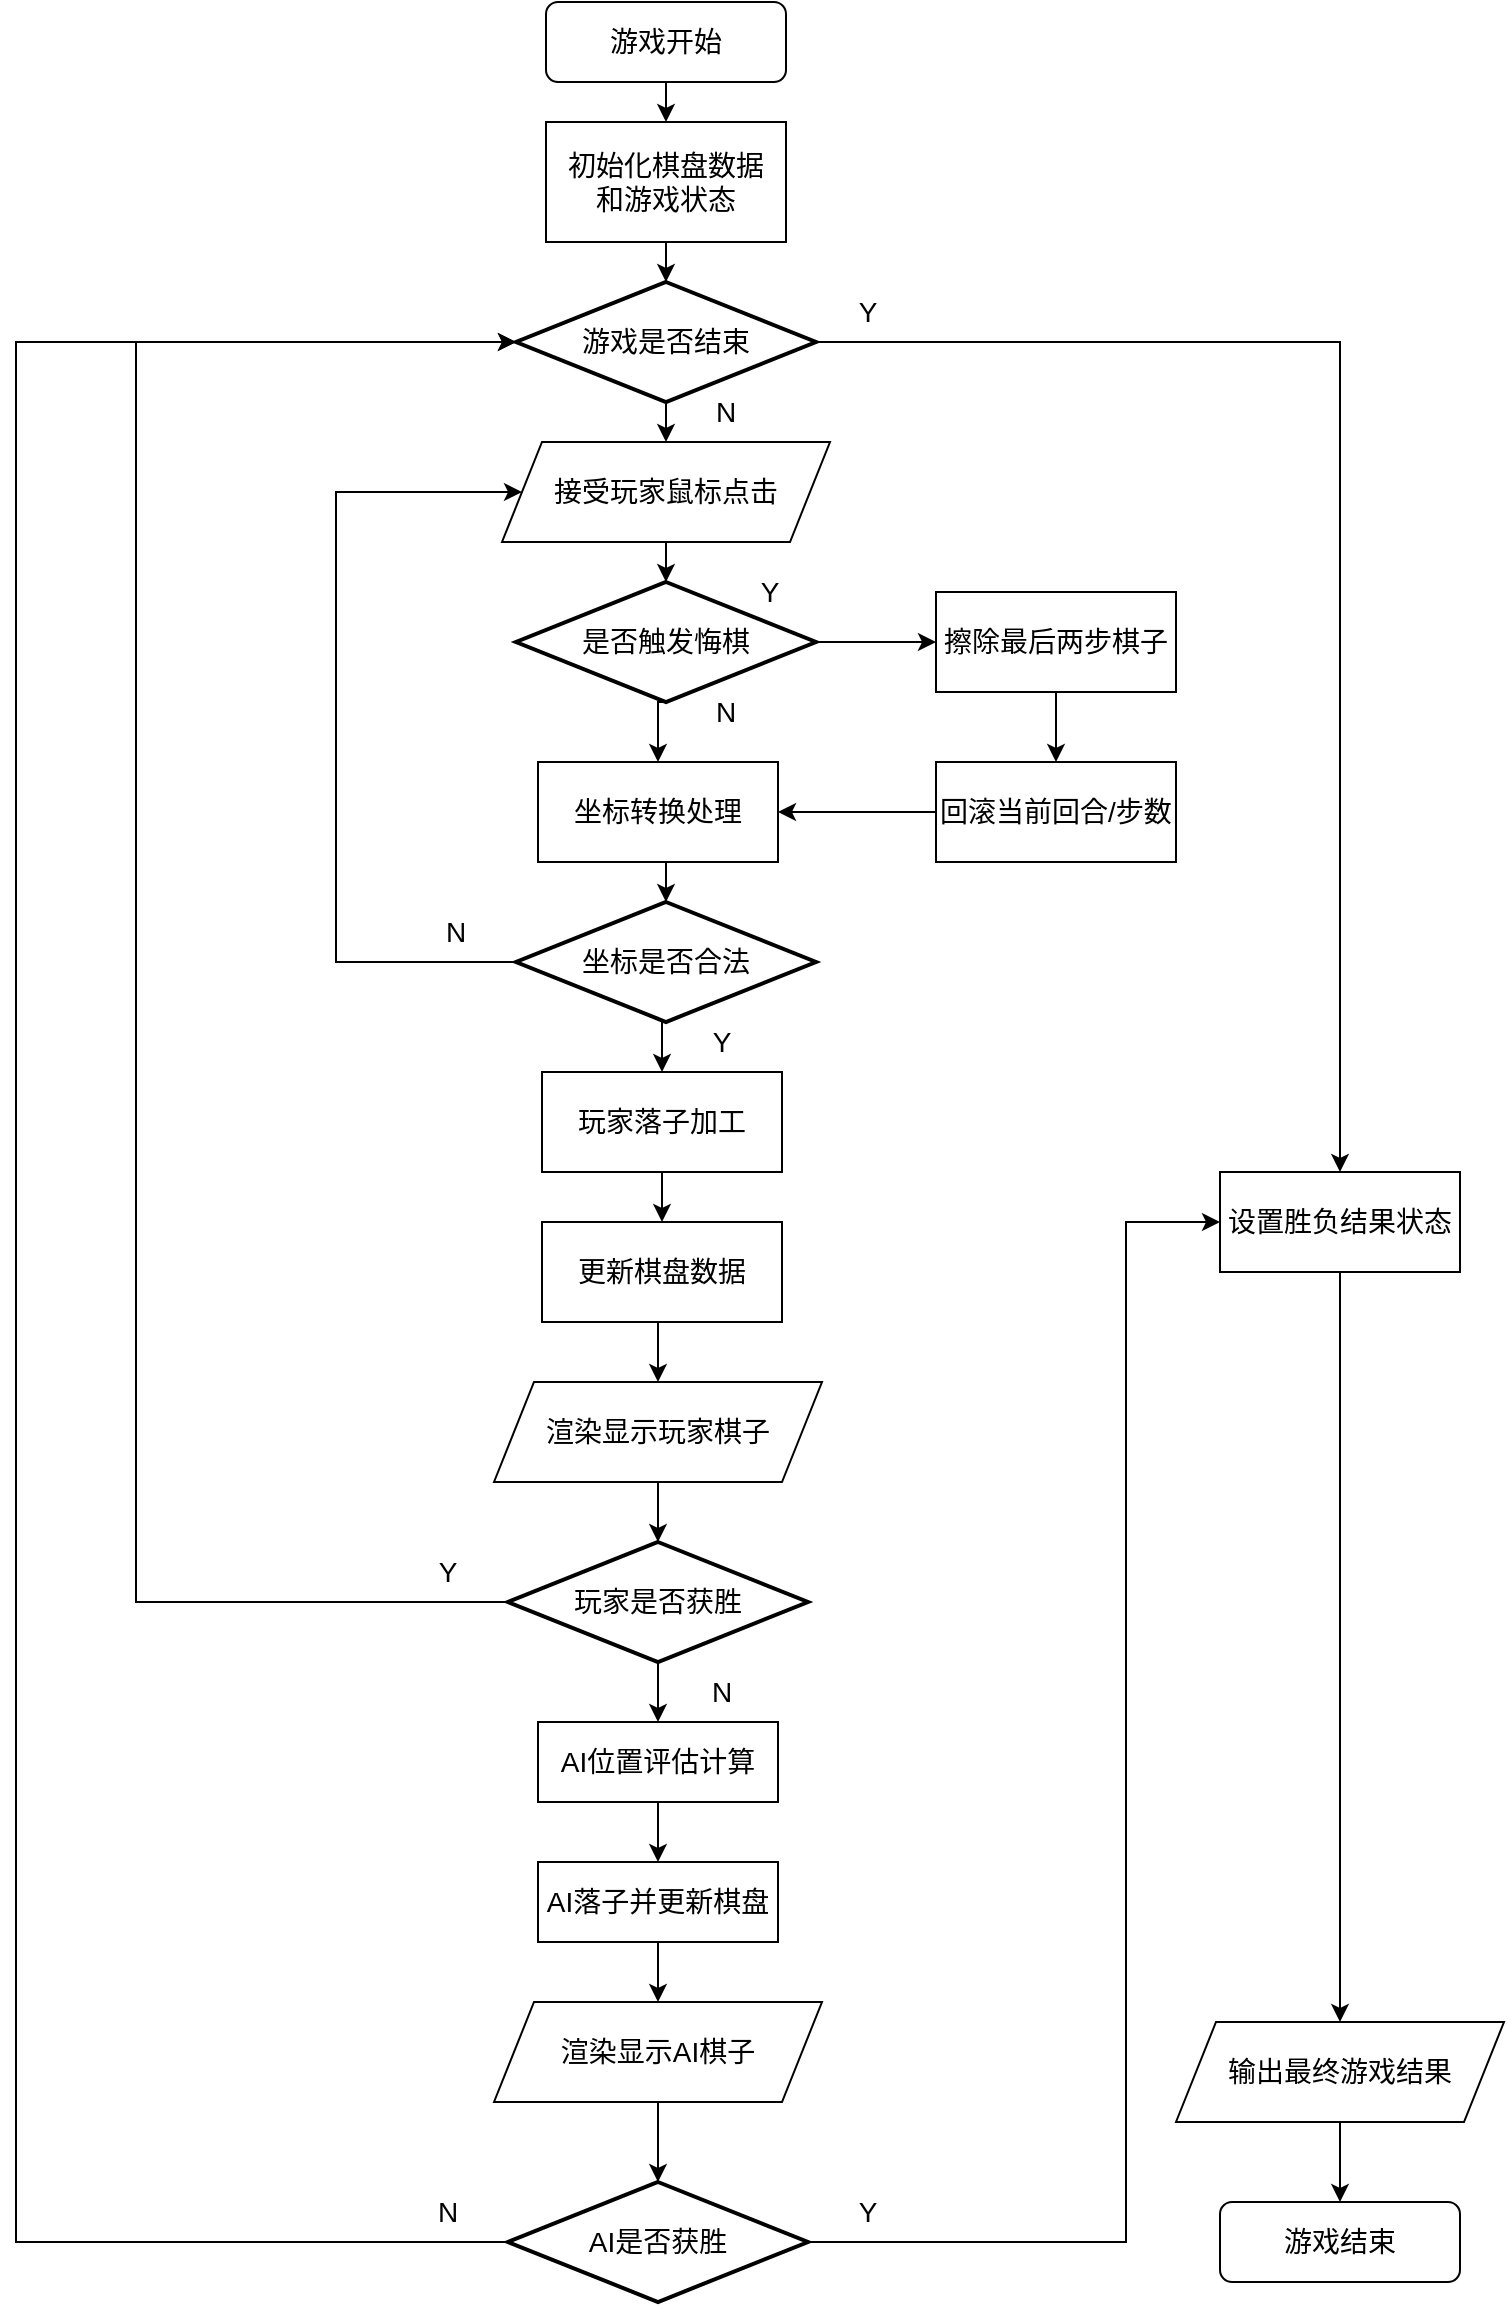
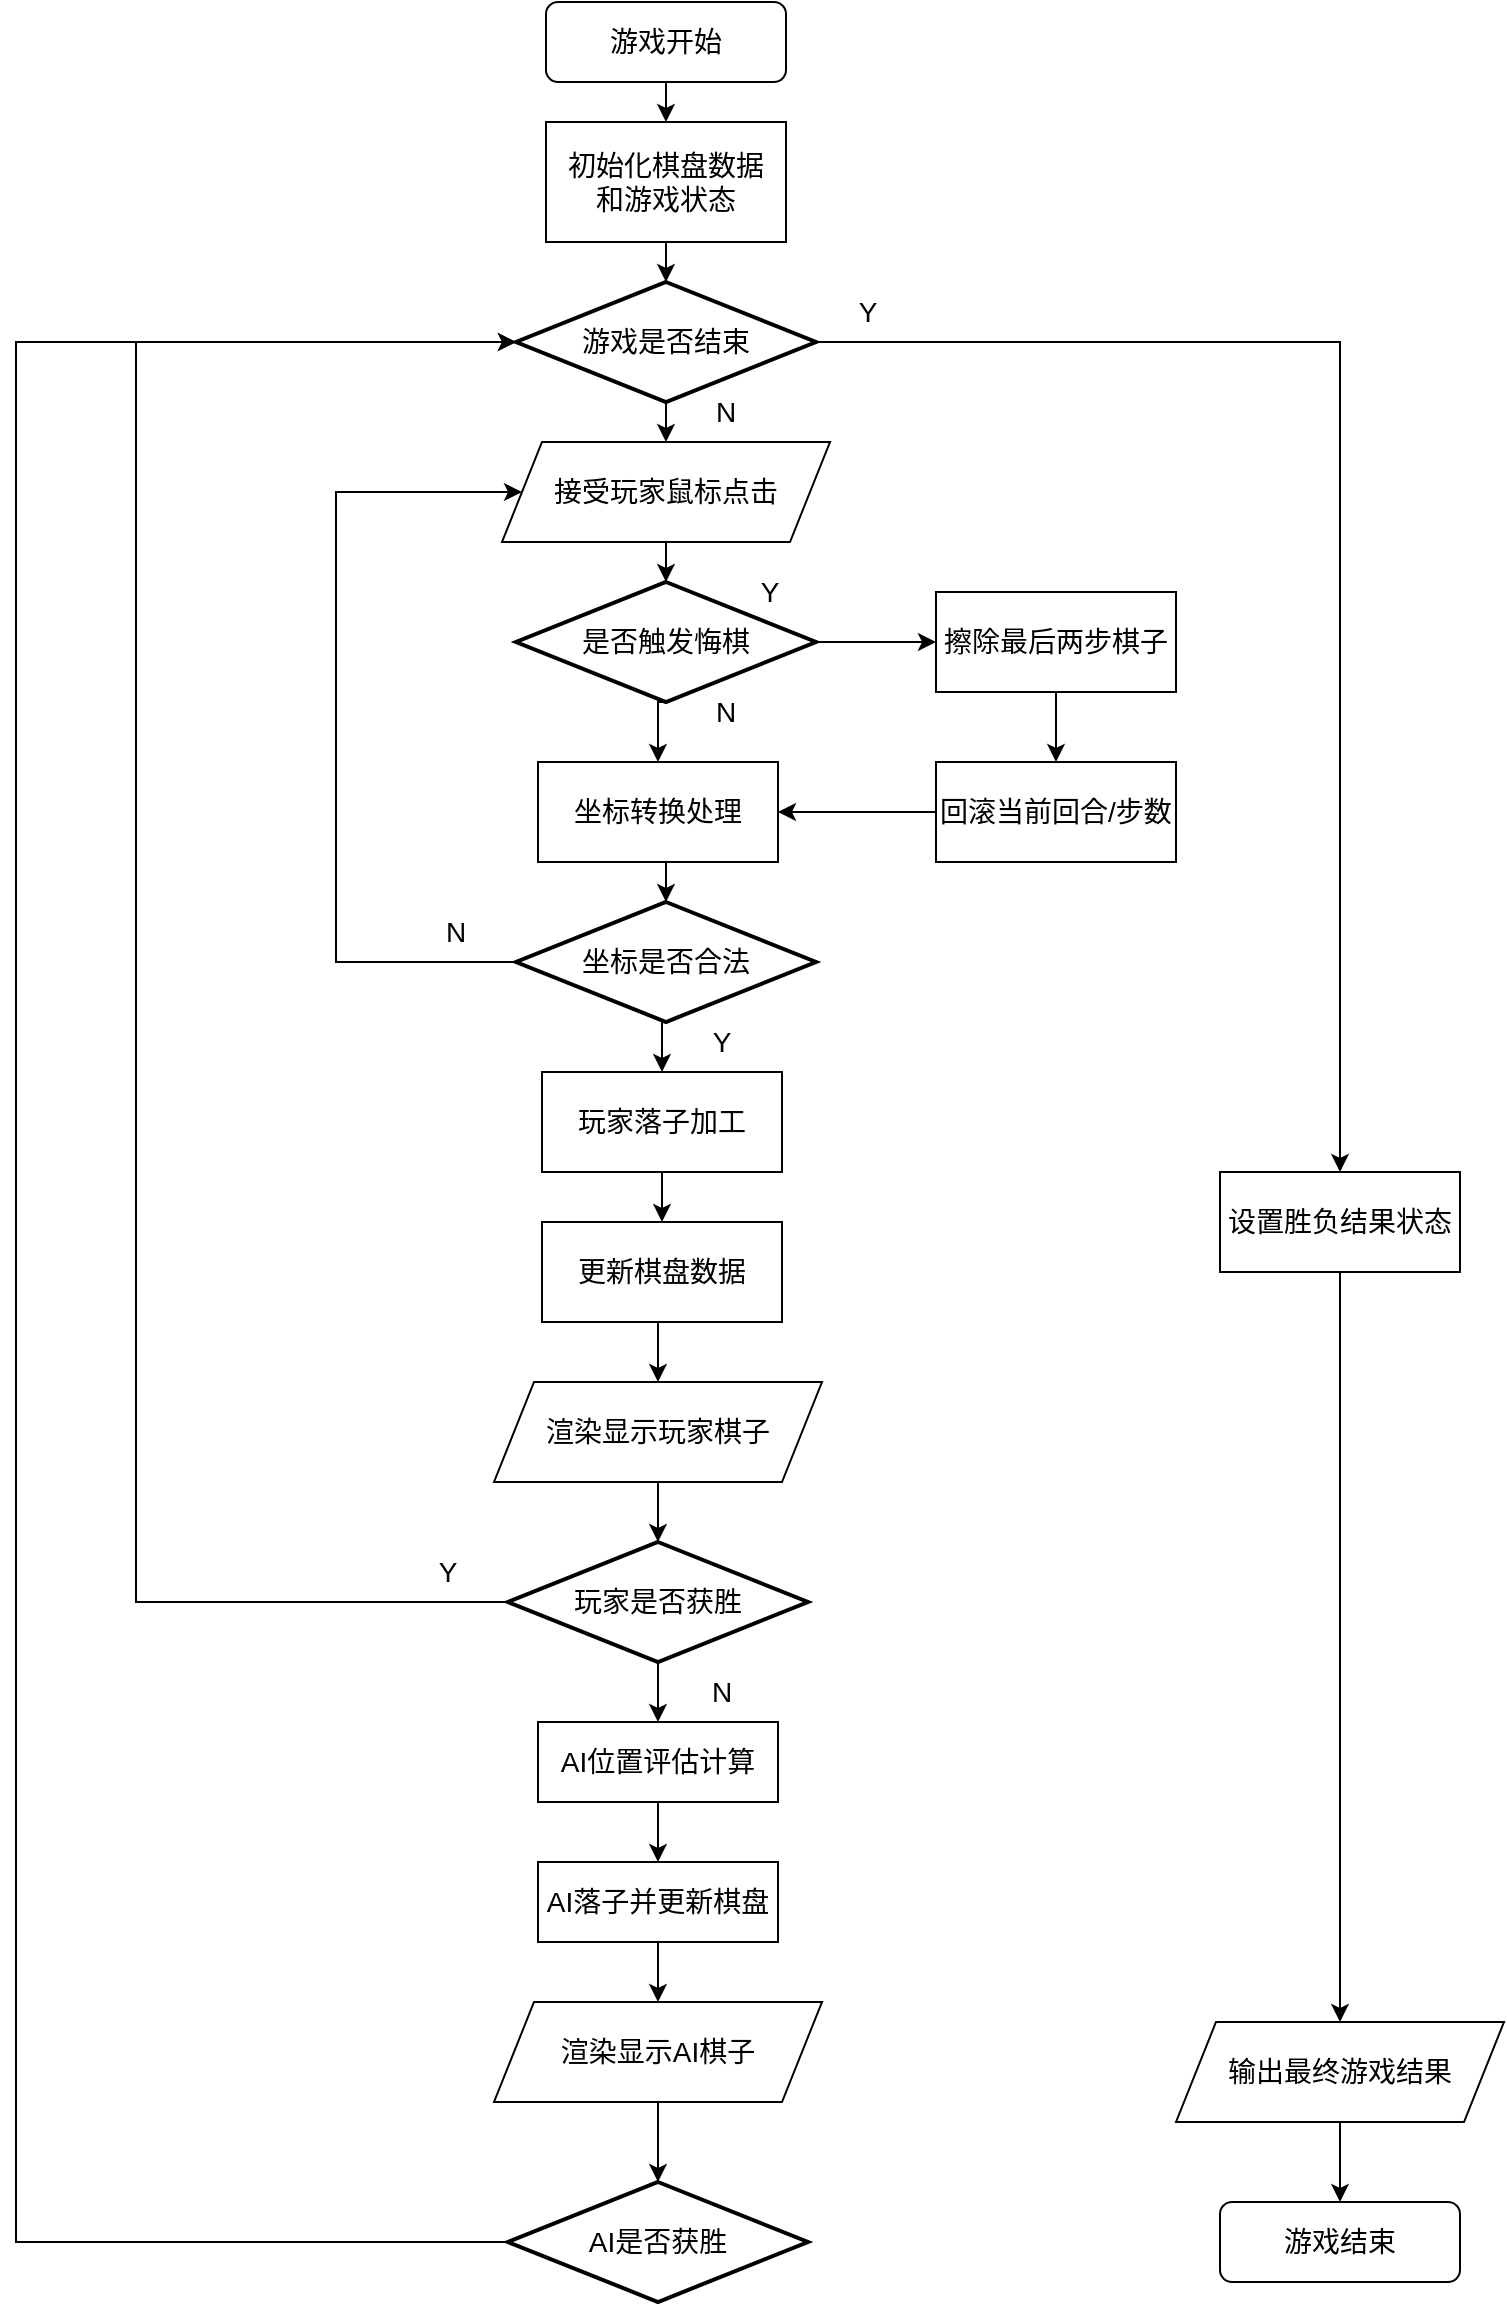
<mxfile host="app.diagrams.net">
  <diagram name="Page-1" id="Ut53iUmTTLsHKbGdxMO9">
    <mxGraphModel dx="2054" dy="1198" grid="1" gridSize="10" guides="1" tooltips="1" connect="1" arrows="1" fold="1" page="1" pageScale="1" pageWidth="827" pageHeight="1169" math="0" shadow="0">
      <root>
        <mxCell id="0" />
        <mxCell id="1" parent="0" />
        <mxCell id="LBzLqDpE-ghOYlSVNWWL-11" edge="1" parent="1" source="LBzLqDpE-ghOYlSVNWWL-4" style="edgeStyle=orthogonalEdgeStyle;rounded=0;orthogonalLoop=1;jettySize=auto;html=1;exitX=0.5;exitY=1;exitDx=0;exitDy=0;exitPerimeter=0;entryX=0.5;entryY=0;entryDx=0;entryDy=0;" target="LBzLqDpE-ghOYlSVNWWL-9">
          <mxGeometry relative="1" as="geometry" />
        </mxCell>
        <mxCell id="LBzLqDpE-ghOYlSVNWWL-51" edge="1" parent="1" source="LBzLqDpE-ghOYlSVNWWL-4" style="edgeStyle=orthogonalEdgeStyle;rounded=0;orthogonalLoop=1;jettySize=auto;html=1;exitX=1;exitY=0.5;exitDx=0;exitDy=0;exitPerimeter=0;entryX=0.5;entryY=0;entryDx=0;entryDy=0;" target="LBzLqDpE-ghOYlSVNWWL-45">
          <mxGeometry relative="1" as="geometry" />
        </mxCell>
        <mxCell id="LBzLqDpE-ghOYlSVNWWL-4" parent="1" style="strokeWidth=2;html=1;shape=mxgraph.flowchart.decision;whiteSpace=wrap;" value="&lt;font style=&quot;font-size: 14px;&quot;&gt;游戏是否结束&lt;/font&gt;" vertex="1">
          <mxGeometry height="60" width="150" x="320" y="159" as="geometry" />
        </mxCell>
        <mxCell id="LBzLqDpE-ghOYlSVNWWL-5" edge="1" parent="1" source="LBzLqDpE-ghOYlSVNWWL-6" style="edgeStyle=orthogonalEdgeStyle;rounded=0;orthogonalLoop=1;jettySize=auto;html=1;exitX=0.5;exitY=1;exitDx=0;exitDy=0;entryX=0.5;entryY=0;entryDx=0;entryDy=0;entryPerimeter=0;" target="LBzLqDpE-ghOYlSVNWWL-4">
          <mxGeometry relative="1" as="geometry">
            <mxPoint x="515" y="209" as="sourcePoint" />
          </mxGeometry>
        </mxCell>
        <mxCell id="LBzLqDpE-ghOYlSVNWWL-6" parent="1" style="rounded=0;whiteSpace=wrap;html=1;" value="&lt;font style=&quot;font-size: 14px;&quot;&gt;初始化棋盘数据&lt;/font&gt;&lt;div&gt;&lt;span style=&quot;font-size: 14px; background-color: transparent; color: light-dark(rgb(0, 0, 0), rgb(255, 255, 255));&quot;&gt;和游戏状态&lt;/span&gt;&lt;/div&gt;" vertex="1">
          <mxGeometry height="60" width="120" x="335" y="79" as="geometry" />
        </mxCell>
        <mxCell id="LBzLqDpE-ghOYlSVNWWL-8" edge="1" parent="1" source="LBzLqDpE-ghOYlSVNWWL-7" style="edgeStyle=orthogonalEdgeStyle;rounded=0;orthogonalLoop=1;jettySize=auto;html=1;exitX=0.5;exitY=1;exitDx=0;exitDy=0;entryX=0.5;entryY=0;entryDx=0;entryDy=0;" target="LBzLqDpE-ghOYlSVNWWL-6">
          <mxGeometry relative="1" as="geometry" />
        </mxCell>
        <mxCell id="LBzLqDpE-ghOYlSVNWWL-7" parent="1" style="rounded=1;whiteSpace=wrap;html=1;" value="&lt;font style=&quot;font-size: 14px;&quot;&gt;游戏开始&lt;/font&gt;" vertex="1">
          <mxGeometry height="40" width="120" x="335" y="19" as="geometry" />
        </mxCell>
        <mxCell id="LBzLqDpE-ghOYlSVNWWL-9" parent="1" style="shape=parallelogram;perimeter=parallelogramPerimeter;whiteSpace=wrap;html=1;fixedSize=1;" value="&lt;font style=&quot;font-size: 14px;&quot;&gt;接受玩家鼠标点击&lt;/font&gt;" vertex="1">
          <mxGeometry height="50" width="164" x="313" y="239" as="geometry" />
        </mxCell>
        <mxCell id="LBzLqDpE-ghOYlSVNWWL-12" parent="1" style="text;html=1;whiteSpace=wrap;strokeColor=none;fillColor=none;align=center;verticalAlign=middle;rounded=0;" value="&lt;font style=&quot;font-size: 14px;&quot;&gt;N&lt;/font&gt;" vertex="1">
          <mxGeometry height="30" width="60" x="395" y="209" as="geometry" />
        </mxCell>
        <mxCell id="LBzLqDpE-ghOYlSVNWWL-16" edge="1" parent="1" source="LBzLqDpE-ghOYlSVNWWL-13" style="edgeStyle=orthogonalEdgeStyle;rounded=0;orthogonalLoop=1;jettySize=auto;html=1;exitX=0.5;exitY=1;exitDx=0;exitDy=0;exitPerimeter=0;entryX=0.5;entryY=0;entryDx=0;entryDy=0;" target="LBzLqDpE-ghOYlSVNWWL-15">
          <mxGeometry relative="1" as="geometry" />
        </mxCell>
        <mxCell id="LBzLqDpE-ghOYlSVNWWL-13" parent="1" style="strokeWidth=2;html=1;shape=mxgraph.flowchart.decision;whiteSpace=wrap;" value="&lt;font style=&quot;font-size: 14px;&quot;&gt;是否触发悔棋&lt;/font&gt;" vertex="1">
          <mxGeometry height="60" width="150" x="320" y="309" as="geometry" />
        </mxCell>
        <mxCell id="LBzLqDpE-ghOYlSVNWWL-14" edge="1" parent="1" source="LBzLqDpE-ghOYlSVNWWL-9" style="edgeStyle=orthogonalEdgeStyle;rounded=0;orthogonalLoop=1;jettySize=auto;html=1;exitX=0.5;exitY=1;exitDx=0;exitDy=0;entryX=0.5;entryY=0;entryDx=0;entryDy=0;entryPerimeter=0;" target="LBzLqDpE-ghOYlSVNWWL-13">
          <mxGeometry relative="1" as="geometry" />
        </mxCell>
        <mxCell id="LBzLqDpE-ghOYlSVNWWL-15" parent="1" style="rounded=0;whiteSpace=wrap;html=1;" value="&lt;font style=&quot;font-size: 14px;&quot;&gt;坐标转换处理&lt;/font&gt;" vertex="1">
          <mxGeometry height="50" width="120" x="331" y="399" as="geometry" />
        </mxCell>
        <mxCell id="LBzLqDpE-ghOYlSVNWWL-17" parent="1" style="text;html=1;whiteSpace=wrap;strokeColor=none;fillColor=none;align=center;verticalAlign=middle;rounded=0;" value="&lt;font style=&quot;font-size: 14px;&quot;&gt;N&lt;/font&gt;" vertex="1">
          <mxGeometry height="30" width="60" x="395" y="359" as="geometry" />
        </mxCell>
        <mxCell id="LBzLqDpE-ghOYlSVNWWL-22" edge="1" parent="1" source="LBzLqDpE-ghOYlSVNWWL-18" style="rounded=0;orthogonalLoop=1;jettySize=auto;html=1;exitX=0.5;exitY=1;exitDx=0;exitDy=0;exitPerimeter=0;entryX=0.5;entryY=0;entryDx=0;entryDy=0;edgeStyle=orthogonalEdgeStyle;" target="LBzLqDpE-ghOYlSVNWWL-21">
          <mxGeometry relative="1" as="geometry" />
        </mxCell>
        <mxCell id="LBzLqDpE-ghOYlSVNWWL-79" edge="1" parent="1" source="LBzLqDpE-ghOYlSVNWWL-18" style="edgeStyle=orthogonalEdgeStyle;rounded=0;orthogonalLoop=1;jettySize=auto;html=1;exitX=0;exitY=0.5;exitDx=0;exitDy=0;exitPerimeter=0;entryX=0;entryY=0.5;entryDx=0;entryDy=0;" target="LBzLqDpE-ghOYlSVNWWL-9">
          <mxGeometry relative="1" as="geometry">
            <Array as="points">
              <mxPoint x="230" y="499" />
              <mxPoint x="230" y="264" />
            </Array>
          </mxGeometry>
        </mxCell>
        <mxCell id="LBzLqDpE-ghOYlSVNWWL-18" parent="1" style="strokeWidth=2;html=1;shape=mxgraph.flowchart.decision;whiteSpace=wrap;" value="&lt;font style=&quot;font-size: 14px;&quot;&gt;坐标是否合法&lt;/font&gt;" vertex="1">
          <mxGeometry height="60" width="150" x="320" y="469" as="geometry" />
        </mxCell>
        <mxCell id="LBzLqDpE-ghOYlSVNWWL-25" edge="1" parent="1" source="LBzLqDpE-ghOYlSVNWWL-21" style="edgeStyle=orthogonalEdgeStyle;rounded=0;orthogonalLoop=1;jettySize=auto;html=1;exitX=0.5;exitY=1;exitDx=0;exitDy=0;entryX=0.5;entryY=0;entryDx=0;entryDy=0;" target="LBzLqDpE-ghOYlSVNWWL-24">
          <mxGeometry relative="1" as="geometry" />
        </mxCell>
        <mxCell id="LBzLqDpE-ghOYlSVNWWL-21" parent="1" style="rounded=0;whiteSpace=wrap;html=1;" value="&lt;font style=&quot;font-size: 14px;&quot;&gt;玩家落子加工&lt;/font&gt;" vertex="1">
          <mxGeometry height="50" width="120" x="333" y="554" as="geometry" />
        </mxCell>
        <mxCell id="LBzLqDpE-ghOYlSVNWWL-23" parent="1" style="text;html=1;whiteSpace=wrap;strokeColor=none;fillColor=none;align=center;verticalAlign=middle;rounded=0;" value="&lt;font style=&quot;font-size: 14px;&quot;&gt;Y&lt;/font&gt;" vertex="1">
          <mxGeometry height="30" width="60" x="393" y="524" as="geometry" />
        </mxCell>
        <mxCell id="LBzLqDpE-ghOYlSVNWWL-27" edge="1" parent="1" source="LBzLqDpE-ghOYlSVNWWL-24" style="edgeStyle=orthogonalEdgeStyle;rounded=0;orthogonalLoop=1;jettySize=auto;html=1;exitX=0.5;exitY=1;exitDx=0;exitDy=0;entryX=0.5;entryY=0;entryDx=0;entryDy=0;" target="LBzLqDpE-ghOYlSVNWWL-26">
          <mxGeometry relative="1" as="geometry" />
        </mxCell>
        <mxCell id="LBzLqDpE-ghOYlSVNWWL-24" parent="1" style="rounded=0;whiteSpace=wrap;html=1;" value="&lt;font style=&quot;font-size: 14px;&quot;&gt;更新棋盘数据&lt;/font&gt;" vertex="1">
          <mxGeometry height="50" width="120" x="333" y="629" as="geometry" />
        </mxCell>
        <mxCell id="LBzLqDpE-ghOYlSVNWWL-26" parent="1" style="shape=parallelogram;perimeter=parallelogramPerimeter;whiteSpace=wrap;html=1;fixedSize=1;" value="&lt;font style=&quot;font-size: 14px;&quot;&gt;渲染显示玩家棋子&lt;/font&gt;" vertex="1">
          <mxGeometry height="50" width="164" x="309" y="709" as="geometry" />
        </mxCell>
        <mxCell id="LBzLqDpE-ghOYlSVNWWL-33" edge="1" parent="1" source="LBzLqDpE-ghOYlSVNWWL-30" style="edgeStyle=orthogonalEdgeStyle;rounded=0;orthogonalLoop=1;jettySize=auto;html=1;exitX=0.5;exitY=1;exitDx=0;exitDy=0;exitPerimeter=0;entryX=0.5;entryY=0;entryDx=0;entryDy=0;" target="LBzLqDpE-ghOYlSVNWWL-32">
          <mxGeometry relative="1" as="geometry" />
        </mxCell>
        <mxCell id="LBzLqDpE-ghOYlSVNWWL-30" parent="1" style="strokeWidth=2;html=1;shape=mxgraph.flowchart.decision;whiteSpace=wrap;" value="&lt;font style=&quot;font-size: 14px;&quot;&gt;玩家是否获胜&lt;/font&gt;" vertex="1">
          <mxGeometry height="60" width="150" x="316" y="789" as="geometry" />
        </mxCell>
        <mxCell id="LBzLqDpE-ghOYlSVNWWL-31" edge="1" parent="1" source="LBzLqDpE-ghOYlSVNWWL-26" style="edgeStyle=orthogonalEdgeStyle;rounded=0;orthogonalLoop=1;jettySize=auto;html=1;exitX=0.5;exitY=1;exitDx=0;exitDy=0;entryX=0.5;entryY=0;entryDx=0;entryDy=0;entryPerimeter=0;" target="LBzLqDpE-ghOYlSVNWWL-30">
          <mxGeometry relative="1" as="geometry" />
        </mxCell>
        <mxCell id="LBzLqDpE-ghOYlSVNWWL-37" edge="1" parent="1" source="LBzLqDpE-ghOYlSVNWWL-32" style="edgeStyle=orthogonalEdgeStyle;rounded=0;orthogonalLoop=1;jettySize=auto;html=1;exitX=0.5;exitY=1;exitDx=0;exitDy=0;entryX=0.5;entryY=0;entryDx=0;entryDy=0;" target="LBzLqDpE-ghOYlSVNWWL-35">
          <mxGeometry relative="1" as="geometry" />
        </mxCell>
        <mxCell id="LBzLqDpE-ghOYlSVNWWL-32" parent="1" style="rounded=0;whiteSpace=wrap;html=1;" value="&lt;font style=&quot;font-size: 14px;&quot;&gt;AI位置评估计算&lt;/font&gt;" vertex="1">
          <mxGeometry height="40" width="120" x="331" y="879" as="geometry" />
        </mxCell>
        <mxCell id="LBzLqDpE-ghOYlSVNWWL-34" parent="1" style="text;html=1;whiteSpace=wrap;strokeColor=none;fillColor=none;align=center;verticalAlign=middle;rounded=0;" value="&lt;font style=&quot;font-size: 14px;&quot;&gt;N&lt;/font&gt;" vertex="1">
          <mxGeometry height="30" width="60" x="393" y="849" as="geometry" />
        </mxCell>
        <mxCell id="LBzLqDpE-ghOYlSVNWWL-39" edge="1" parent="1" source="LBzLqDpE-ghOYlSVNWWL-35" style="edgeStyle=orthogonalEdgeStyle;rounded=0;orthogonalLoop=1;jettySize=auto;html=1;exitX=0.5;exitY=1;exitDx=0;exitDy=0;entryX=0.5;entryY=0;entryDx=0;entryDy=0;" target="LBzLqDpE-ghOYlSVNWWL-38">
          <mxGeometry relative="1" as="geometry" />
        </mxCell>
        <mxCell id="LBzLqDpE-ghOYlSVNWWL-35" parent="1" style="rounded=0;whiteSpace=wrap;html=1;" value="&lt;font style=&quot;font-size: 14px;&quot;&gt;AI落子并更新棋盘&lt;/font&gt;" vertex="1">
          <mxGeometry height="40" width="120" x="331" y="949" as="geometry" />
        </mxCell>
        <mxCell id="LBzLqDpE-ghOYlSVNWWL-38" parent="1" style="shape=parallelogram;perimeter=parallelogramPerimeter;whiteSpace=wrap;html=1;fixedSize=1;" value="&lt;font style=&quot;font-size: 14px;&quot;&gt;渲染显示AI棋子&lt;/font&gt;" vertex="1">
          <mxGeometry height="50" width="164" x="309" y="1019" as="geometry" />
        </mxCell>
-         <mxCell id="LBzLqDpE-ghOYlSVNWWL-68" edge="1" parent="1" source="LBzLqDpE-ghOYlSVNWWL-40" style="edgeStyle=orthogonalEdgeStyle;rounded=0;orthogonalLoop=1;jettySize=auto;html=1;exitX=1;exitY=0.5;exitDx=0;exitDy=0;exitPerimeter=0;entryX=0;entryY=0.5;entryDx=0;entryDy=0;" target="LBzLqDpE-ghOYlSVNWWL-45">
-           <mxGeometry relative="1" as="geometry">
-             <Array as="points">
-               <mxPoint x="625" y="1139" />
-               <mxPoint x="625" y="629" />
-             </Array>
-             <mxPoint x="270" y="1099" as="sourcePoint" />
-             <mxPoint x="625" y="584" as="targetPoint" />
-           </mxGeometry>
-         </mxCell>
        <mxCell id="LBzLqDpE-ghOYlSVNWWL-40" parent="1" style="strokeWidth=2;html=1;shape=mxgraph.flowchart.decision;whiteSpace=wrap;" value="&lt;font style=&quot;font-size: 14px;&quot;&gt;AI是否获胜&lt;/font&gt;" vertex="1">
          <mxGeometry height="60" width="150" x="316" y="1109" as="geometry" />
        </mxCell>
        <mxCell id="LBzLqDpE-ghOYlSVNWWL-41" edge="1" parent="1" source="LBzLqDpE-ghOYlSVNWWL-38" style="edgeStyle=orthogonalEdgeStyle;rounded=0;orthogonalLoop=1;jettySize=auto;html=1;exitX=0.5;exitY=1;exitDx=0;exitDy=0;entryX=0.5;entryY=0;entryDx=0;entryDy=0;entryPerimeter=0;" target="LBzLqDpE-ghOYlSVNWWL-40">
          <mxGeometry relative="1" as="geometry" />
        </mxCell>
        <mxCell id="LBzLqDpE-ghOYlSVNWWL-55" edge="1" parent="1" source="LBzLqDpE-ghOYlSVNWWL-42" style="edgeStyle=orthogonalEdgeStyle;rounded=0;orthogonalLoop=1;jettySize=auto;html=1;exitX=0.5;exitY=1;exitDx=0;exitDy=0;entryX=0.5;entryY=0;entryDx=0;entryDy=0;" target="LBzLqDpE-ghOYlSVNWWL-43">
          <mxGeometry relative="1" as="geometry" />
        </mxCell>
        <mxCell id="LBzLqDpE-ghOYlSVNWWL-42" parent="1" style="shape=parallelogram;perimeter=parallelogramPerimeter;whiteSpace=wrap;html=1;fixedSize=1;" value="&lt;font style=&quot;font-size: 14px;&quot;&gt;输出最终游戏结果&lt;/font&gt;" vertex="1">
          <mxGeometry height="50" width="164" x="650" y="1029" as="geometry" />
        </mxCell>
        <mxCell id="LBzLqDpE-ghOYlSVNWWL-43" parent="1" style="rounded=1;whiteSpace=wrap;html=1;" value="&lt;font style=&quot;font-size: 14px;&quot;&gt;游戏结束&lt;/font&gt;" vertex="1">
          <mxGeometry height="40" width="120" x="672" y="1119" as="geometry" />
        </mxCell>
        <mxCell id="LBzLqDpE-ghOYlSVNWWL-54" edge="1" parent="1" source="LBzLqDpE-ghOYlSVNWWL-45" style="edgeStyle=orthogonalEdgeStyle;rounded=0;orthogonalLoop=1;jettySize=auto;html=1;exitX=0.5;exitY=1;exitDx=0;exitDy=0;entryX=0.5;entryY=0;entryDx=0;entryDy=0;" target="LBzLqDpE-ghOYlSVNWWL-42">
          <mxGeometry relative="1" as="geometry" />
        </mxCell>
        <mxCell id="LBzLqDpE-ghOYlSVNWWL-45" parent="1" style="rounded=0;whiteSpace=wrap;html=1;" value="&lt;font style=&quot;font-size: 14px;&quot;&gt;设置胜负结果状态&lt;/font&gt;" vertex="1">
          <mxGeometry height="50" width="120" x="672" y="604" as="geometry" />
        </mxCell>
        <mxCell id="LBzLqDpE-ghOYlSVNWWL-53" edge="1" parent="1" source="LBzLqDpE-ghOYlSVNWWL-46" style="edgeStyle=orthogonalEdgeStyle;rounded=0;orthogonalLoop=1;jettySize=auto;html=1;exitX=0.5;exitY=1;exitDx=0;exitDy=0;entryX=0.5;entryY=0;entryDx=0;entryDy=0;" target="LBzLqDpE-ghOYlSVNWWL-50">
          <mxGeometry relative="1" as="geometry" />
        </mxCell>
        <mxCell id="LBzLqDpE-ghOYlSVNWWL-46" parent="1" style="rounded=0;whiteSpace=wrap;html=1;" value="&lt;font style=&quot;font-size: 14px;&quot;&gt;擦除最后两步棋子&lt;/font&gt;" vertex="1">
          <mxGeometry height="50" width="120" x="530" y="314" as="geometry" />
        </mxCell>
        <mxCell id="LBzLqDpE-ghOYlSVNWWL-48" parent="1" style="text;html=1;whiteSpace=wrap;strokeColor=none;fillColor=none;align=center;verticalAlign=middle;rounded=0;" value="&lt;font style=&quot;font-size: 14px;&quot;&gt;Y&lt;/font&gt;" vertex="1">
          <mxGeometry height="30" width="60" x="417" y="299" as="geometry" />
        </mxCell>
        <mxCell id="LBzLqDpE-ghOYlSVNWWL-64" edge="1" parent="1" source="LBzLqDpE-ghOYlSVNWWL-50" style="edgeStyle=orthogonalEdgeStyle;rounded=0;orthogonalLoop=1;jettySize=auto;html=1;exitX=0;exitY=0.5;exitDx=0;exitDy=0;entryX=1;entryY=0.5;entryDx=0;entryDy=0;" target="LBzLqDpE-ghOYlSVNWWL-15">
          <mxGeometry relative="1" as="geometry" />
        </mxCell>
        <mxCell id="LBzLqDpE-ghOYlSVNWWL-50" parent="1" style="rounded=0;whiteSpace=wrap;html=1;" value="&lt;font style=&quot;font-size: 14px;&quot;&gt;回滚当前回合/步数&lt;/font&gt;" vertex="1">
          <mxGeometry height="50" width="120" x="530" y="399" as="geometry" />
        </mxCell>
        <mxCell id="LBzLqDpE-ghOYlSVNWWL-52" parent="1" style="text;html=1;whiteSpace=wrap;strokeColor=none;fillColor=none;align=center;verticalAlign=middle;rounded=0;" value="&lt;font style=&quot;font-size: 14px;&quot;&gt;Y&lt;/font&gt;" vertex="1">
          <mxGeometry height="30" width="60" x="466" y="159" as="geometry" />
        </mxCell>
        <mxCell id="LBzLqDpE-ghOYlSVNWWL-57" edge="1" parent="1" source="LBzLqDpE-ghOYlSVNWWL-40" style="edgeStyle=orthogonalEdgeStyle;rounded=0;orthogonalLoop=1;jettySize=auto;html=1;entryX=0;entryY=0.5;entryDx=0;entryDy=0;entryPerimeter=0;exitX=0;exitY=0.5;exitDx=0;exitDy=0;exitPerimeter=0;" target="LBzLqDpE-ghOYlSVNWWL-4">
          <mxGeometry relative="1" as="geometry">
            <Array as="points">
              <mxPoint x="70" y="1139" />
              <mxPoint x="70" y="189" />
            </Array>
            <mxPoint x="170" y="1059" as="sourcePoint" />
            <mxPoint x="147" y="189" as="targetPoint" />
          </mxGeometry>
        </mxCell>
-         <mxCell id="LBzLqDpE-ghOYlSVNWWL-60" parent="1" style="text;html=1;whiteSpace=wrap;strokeColor=none;fillColor=none;align=center;verticalAlign=middle;rounded=0;" value="&lt;font style=&quot;font-size: 14px;&quot;&gt;Y&lt;/font&gt;" vertex="1">
-           <mxGeometry height="30" width="60" x="466" y="1109" as="geometry" />
-         </mxCell>
        <mxCell id="LBzLqDpE-ghOYlSVNWWL-62" edge="1" parent="1" source="LBzLqDpE-ghOYlSVNWWL-30" style="edgeStyle=orthogonalEdgeStyle;rounded=0;orthogonalLoop=1;jettySize=auto;html=1;exitX=0;exitY=0.5;exitDx=0;exitDy=0;exitPerimeter=0;entryX=0;entryY=0.5;entryDx=0;entryDy=0;entryPerimeter=0;" target="LBzLqDpE-ghOYlSVNWWL-4">
          <mxGeometry relative="1" as="geometry">
            <Array as="points">
              <mxPoint x="130" y="819" />
              <mxPoint x="130" y="189" />
            </Array>
          </mxGeometry>
        </mxCell>
        <mxCell id="LBzLqDpE-ghOYlSVNWWL-63" parent="1" style="text;html=1;whiteSpace=wrap;strokeColor=none;fillColor=none;align=center;verticalAlign=middle;rounded=0;" value="&lt;font style=&quot;font-size: 14px;&quot;&gt;Y&lt;/font&gt;" vertex="1">
          <mxGeometry height="30" width="60" x="256" y="789" as="geometry" />
        </mxCell>
        <mxCell id="LBzLqDpE-ghOYlSVNWWL-73" parent="1" style="text;html=1;whiteSpace=wrap;strokeColor=none;fillColor=none;align=center;verticalAlign=middle;rounded=0;" value="&lt;font style=&quot;font-size: 14px;&quot;&gt;N&lt;/font&gt;" vertex="1">
          <mxGeometry height="30" width="60" x="260" y="469" as="geometry" />
        </mxCell>
-         <mxCell id="LBzLqDpE-ghOYlSVNWWL-58" parent="1" style="text;html=1;whiteSpace=wrap;strokeColor=none;fillColor=none;align=center;verticalAlign=middle;rounded=0;" value="&lt;font style=&quot;font-size: 14px;&quot;&gt;N&lt;/font&gt;" vertex="1">
-           <mxGeometry height="30" width="60" x="256" y="1109" as="geometry" />
-         </mxCell>
        <mxCell id="LBzLqDpE-ghOYlSVNWWL-75" edge="1" parent="1" source="LBzLqDpE-ghOYlSVNWWL-15" style="edgeStyle=orthogonalEdgeStyle;rounded=0;orthogonalLoop=1;jettySize=auto;html=1;exitX=0.5;exitY=1;exitDx=0;exitDy=0;entryX=0.5;entryY=0;entryDx=0;entryDy=0;entryPerimeter=0;" target="LBzLqDpE-ghOYlSVNWWL-18">
          <mxGeometry relative="1" as="geometry" />
        </mxCell>
        <mxCell id="LBzLqDpE-ghOYlSVNWWL-77" edge="1" parent="1" source="LBzLqDpE-ghOYlSVNWWL-13" style="edgeStyle=orthogonalEdgeStyle;rounded=0;orthogonalLoop=1;jettySize=auto;html=1;exitX=1;exitY=0.5;exitDx=0;exitDy=0;exitPerimeter=0;entryX=0;entryY=0.5;entryDx=0;entryDy=0;" target="LBzLqDpE-ghOYlSVNWWL-46">
          <mxGeometry relative="1" as="geometry" />
        </mxCell>
      </root>
    </mxGraphModel>
  </diagram>
</mxfile>
